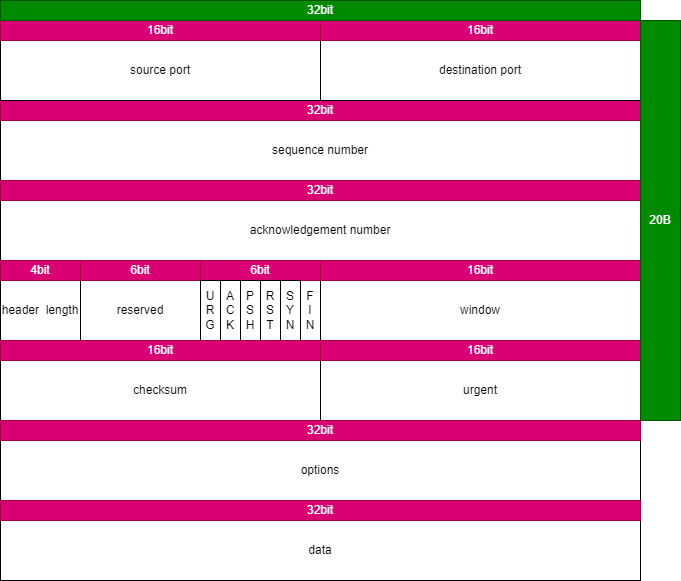
Before: markdown/img/网络/HCIA/TCP报文结构.png, a diagram exported from draw.io (wohtnaw/wohtnawmarkdown). Source tidied: cells renumbered, new cells last; positions are measured from the earlier drawing's top-left corner, leaving out a move shared by most shapes. Its diagram source:
```xml
<mxGraphModel>
  <root>
    <mxCell id="0" />
    <mxCell id="1" parent="0" />
    <mxCell id="2" value="F&lt;br&gt;I&lt;br&gt;N" style="rounded=0;whiteSpace=wrap;html=1;" parent="1" vertex="1">
      <mxGeometry x="300" y="280" width="20" height="60" as="geometry" />
    </mxCell>
    <mxCell id="3" value="data" style="rounded=0;whiteSpace=wrap;html=1;" parent="1" vertex="1">
      <mxGeometry y="520" width="640" height="60" as="geometry" />
    </mxCell>
    <mxCell id="4" value="options" style="rounded=0;whiteSpace=wrap;html=1;" parent="1" vertex="1">
      <mxGeometry y="440" width="640" height="60" as="geometry" />
    </mxCell>
    <mxCell id="5" value="urgent" style="rounded=0;whiteSpace=wrap;html=1;" parent="1" vertex="1">
      <mxGeometry x="320" y="360" width="320" height="60" as="geometry" />
    </mxCell>
    <mxCell id="6" value="checksum" style="rounded=0;whiteSpace=wrap;html=1;" parent="1" vertex="1">
      <mxGeometry y="360" width="320" height="60" as="geometry" />
    </mxCell>
    <mxCell id="7" value="window" style="rounded=0;whiteSpace=wrap;html=1;" parent="1" vertex="1">
      <mxGeometry x="320" y="280" width="320" height="60" as="geometry" />
    </mxCell>
    <mxCell id="8" value="reserved" style="rounded=0;whiteSpace=wrap;html=1;" parent="1" vertex="1">
      <mxGeometry x="80" y="280" width="120" height="60" as="geometry" />
    </mxCell>
    <mxCell id="9" value="header&amp;nbsp; length" style="rounded=0;whiteSpace=wrap;html=1;" parent="1" vertex="1">
      <mxGeometry y="280" width="80" height="60" as="geometry" />
    </mxCell>
    <mxCell id="10" value="acknowledgement number" style="rounded=0;whiteSpace=wrap;html=1;" parent="1" vertex="1">
      <mxGeometry y="200" width="640" height="60" as="geometry" />
    </mxCell>
    <mxCell id="11" value="sequence number" style="rounded=0;whiteSpace=wrap;html=1;" parent="1" vertex="1">
      <mxGeometry y="120" width="640" height="60" as="geometry" />
    </mxCell>
    <mxCell id="12" value="4bit" style="rounded=0;whiteSpace=wrap;html=1;fillColor=#d80073;fontColor=#ffffff;strokeColor=#A50040;" parent="1" vertex="1">
      <mxGeometry y="260" width="80" height="20" as="geometry" />
    </mxCell>
    <mxCell id="13" value="6bit" style="rounded=0;whiteSpace=wrap;html=1;fillColor=#d80073;fontColor=#ffffff;strokeColor=#A50040;" parent="1" vertex="1">
      <mxGeometry x="200" y="260" width="120" height="20" as="geometry" />
    </mxCell>
    <mxCell id="14" value="32bit" style="rounded=0;whiteSpace=wrap;html=1;fillColor=#d80073;fontColor=#ffffff;strokeColor=#A50040;" parent="1" vertex="1">
      <mxGeometry y="100" width="640" height="20" as="geometry" />
    </mxCell>
    <mxCell id="15" value="destination port" style="rounded=0;whiteSpace=wrap;html=1;" parent="1" vertex="1">
      <mxGeometry x="320" y="40" width="320" height="60" as="geometry" />
    </mxCell>
    <mxCell id="16" value="source port" style="rounded=0;whiteSpace=wrap;html=1;" parent="1" vertex="1">
      <mxGeometry y="40" width="320" height="60" as="geometry" />
    </mxCell>
    <mxCell id="17" value="16bit" style="rounded=0;whiteSpace=wrap;html=1;fillColor=#d80073;fontColor=#ffffff;strokeColor=#A50040;" parent="1" vertex="1">
      <mxGeometry y="20" width="320" height="20" as="geometry" />
    </mxCell>
    <mxCell id="18" value="16bit" style="rounded=0;whiteSpace=wrap;html=1;fillColor=#d80073;fontColor=#ffffff;strokeColor=#A50040;" parent="1" vertex="1">
      <mxGeometry x="320" y="20" width="320" height="20" as="geometry" />
    </mxCell>
    <mxCell id="19" value="16bit" style="rounded=0;whiteSpace=wrap;html=1;fillColor=#d80073;fontColor=#ffffff;strokeColor=#A50040;" parent="1" vertex="1">
      <mxGeometry x="320" y="260" width="320" height="20" as="geometry" />
    </mxCell>
    <mxCell id="20" value="6bit" style="rounded=0;whiteSpace=wrap;html=1;fillColor=#d80073;fontColor=#ffffff;strokeColor=#A50040;" parent="1" vertex="1">
      <mxGeometry x="80" y="260" width="120" height="20" as="geometry" />
    </mxCell>
    <mxCell id="21" value="S&lt;br&gt;Y&lt;br&gt;N" style="rounded=0;whiteSpace=wrap;html=1;" parent="1" vertex="1">
      <mxGeometry x="280" y="280" width="20" height="60" as="geometry" />
    </mxCell>
    <mxCell id="22" value="R&lt;br&gt;S&lt;br&gt;T" style="rounded=0;whiteSpace=wrap;html=1;" parent="1" vertex="1">
      <mxGeometry x="260" y="280" width="20" height="60" as="geometry" />
    </mxCell>
    <mxCell id="23" value="P&lt;br&gt;S&lt;br&gt;H" style="rounded=0;whiteSpace=wrap;html=1;" parent="1" vertex="1">
      <mxGeometry x="240" y="280" width="20" height="60" as="geometry" />
    </mxCell>
    <mxCell id="24" value="A&lt;br&gt;C&lt;br&gt;K" style="rounded=0;whiteSpace=wrap;html=1;" parent="1" vertex="1">
      <mxGeometry x="220" y="280" width="20" height="60" as="geometry" />
    </mxCell>
    <mxCell id="25" value="U&lt;br&gt;R&lt;br&gt;G" style="rounded=0;whiteSpace=wrap;html=1;" parent="1" vertex="1">
      <mxGeometry x="200" y="280" width="20" height="60" as="geometry" />
    </mxCell>
    <mxCell id="26" value="32bit" style="rounded=0;whiteSpace=wrap;html=1;fillColor=#d80073;fontColor=#ffffff;strokeColor=#A50040;" parent="1" vertex="1">
      <mxGeometry y="180" width="640" height="20" as="geometry" />
    </mxCell>
    <mxCell id="27" value="16bit" style="rounded=0;whiteSpace=wrap;html=1;fillColor=#d80073;fontColor=#ffffff;strokeColor=#A50040;" parent="1" vertex="1">
      <mxGeometry x="320" y="340" width="320" height="20" as="geometry" />
    </mxCell>
    <mxCell id="28" value="16bit" style="rounded=0;whiteSpace=wrap;html=1;fillColor=#d80073;fontColor=#ffffff;strokeColor=#A50040;" parent="1" vertex="1">
      <mxGeometry y="340" width="320" height="20" as="geometry" />
    </mxCell>
    <mxCell id="29" value="32bit" style="rounded=0;whiteSpace=wrap;html=1;fillColor=#d80073;fontColor=#ffffff;strokeColor=#A50040;" parent="1" vertex="1">
      <mxGeometry y="420" width="640" height="20" as="geometry" />
    </mxCell>
    <mxCell id="30" value="32bit" style="rounded=0;whiteSpace=wrap;html=1;fillColor=#d80073;fontColor=#ffffff;strokeColor=#A50040;" parent="1" vertex="1">
      <mxGeometry y="500" width="640" height="20" as="geometry" />
    </mxCell>
    <mxCell id="31" value="20B" style="rounded=0;whiteSpace=wrap;html=1;fillColor=#008a00;fontColor=#ffffff;strokeColor=#005700;" parent="1" vertex="1">
      <mxGeometry x="640" y="20" width="40" height="400" as="geometry" />
    </mxCell>
    <mxCell id="32" value="32bit" style="rounded=0;whiteSpace=wrap;html=1;fillColor=#008a00;fontColor=#ffffff;strokeColor=#005700;" parent="1" vertex="1">
      <mxGeometry width="640" height="20" as="geometry" />
    </mxCell>
  </root>
</mxGraphModel>
```
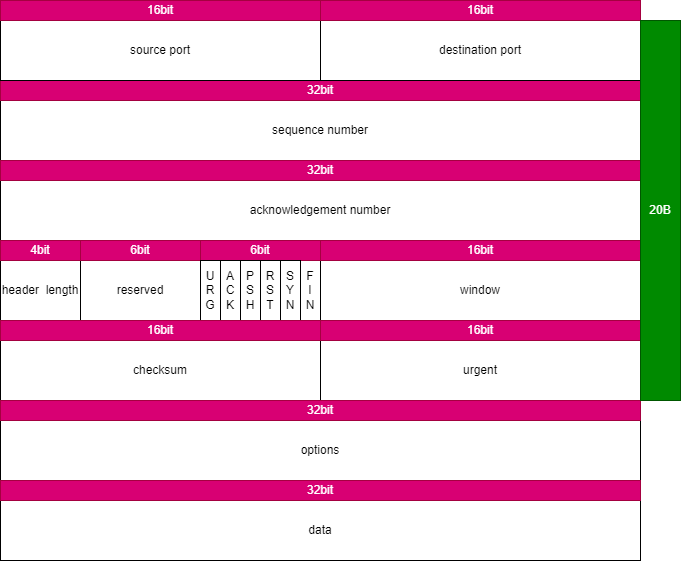
Later version of the same file.

Commit message:
修改了TCP报文图

What changed in the source:
```diff
@@ -90,10 +90,7 @@
       <mxGeometry y="500" width="640" height="20" as="geometry" />
     </mxCell>
     <mxCell id="31" value="20B" style="rounded=0;whiteSpace=wrap;html=1;fillColor=#008a00;fontColor=#ffffff;strokeColor=#005700;" parent="1" vertex="1">
-      <mxGeometry x="640" y="20" width="40" height="400" as="geometry" />
+      <mxGeometry x="640" y="40" width="40" height="380" as="geometry" />
     </mxCell>
-    <mxCell id="32" value="32bit" style="rounded=0;whiteSpace=wrap;html=1;fillColor=#008a00;fontColor=#ffffff;strokeColor=#005700;" parent="1" vertex="1">
-      <mxGeometry width="640" height="20" as="geometry" />
-    </mxCell>
   </root>
 </mxGraphModel>
```
